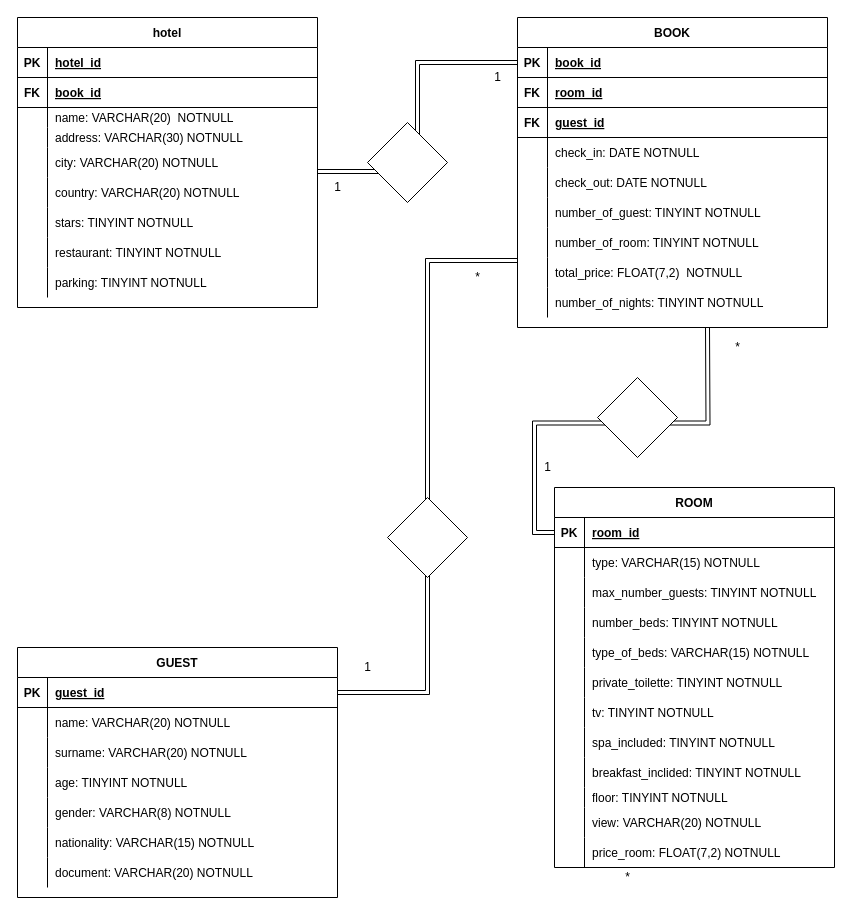
davide-amabile/db-first keeps this draw.io diagram as hotel.drawio. Above is the earlier version. Source tidied: cells renumbered, new cells numbered last; positions are measured from the earlier drawing's top-left corner, leaving out a move shared by most shapes. Both pictures are drawn from the tidied source at 100%, with x=0, y=0 at pixel (17, 17).
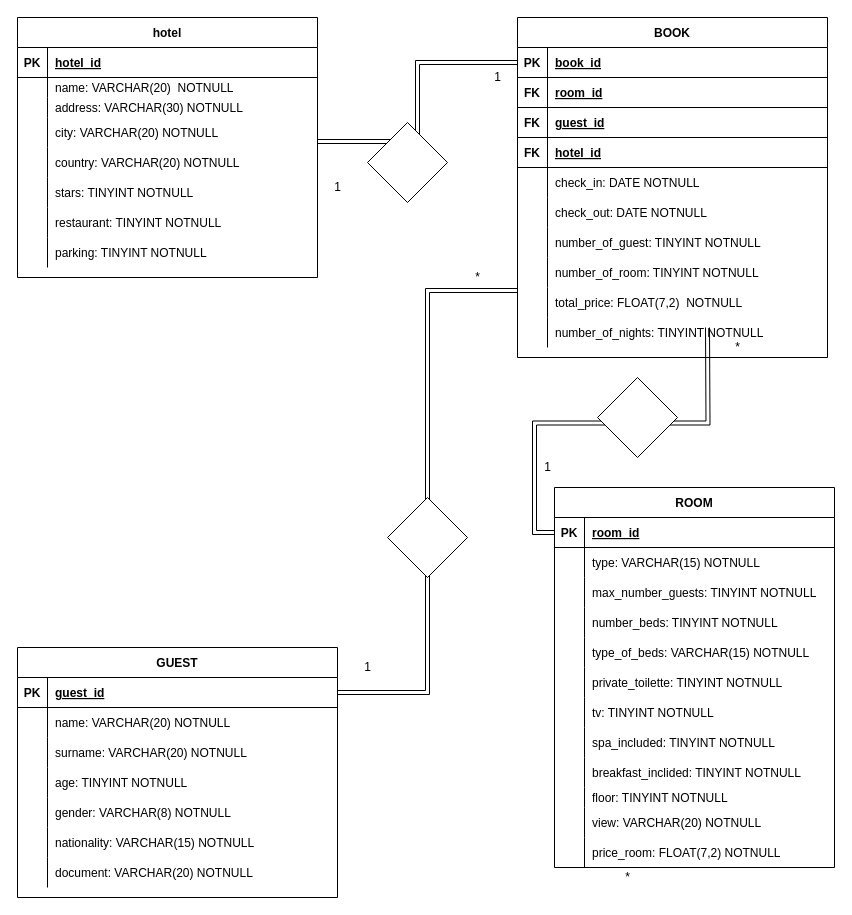
The same diagram, later.

Commit message (it also covers changes not shown here):
pdf in una pagina

What changed in the source:
```diff
@@
     <mxCell id="2" value="hotel" style="shape=table;startSize=30;childLayout=tableLayout;rowLines=0;fontStyle=1;align=center;" parent="1" vertex="1">
-      <mxGeometry width="300" height="290" as="geometry" />
+      <mxGeometry width="300" height="260" as="geometry" />
     </mxCell>
@@
-    <mxCell id="6" style="shape=partialRectangle;fillColor=none;top=0;left=0;bottom=1;right=0;" parent="2" vertex="1">
-      <mxGeometry y="60" width="300" height="30" as="geometry" />
-    </mxCell>
-    <mxCell id="7" value="FK" style="shape=partialRectangle;fillColor=none;top=0;left=0;bottom=0;right=0;fontStyle=1;overflow=hidden;" parent="6" vertex="1">
-      <mxGeometry width="30" height="30" as="geometry" />
-    </mxCell>
-    <mxCell id="8" value="book_id" style="shape=partialRectangle;fillColor=none;top=0;left=0;bottom=0;right=0;align=left;spacingLeft=6;fontStyle=5;overflow=hidden;" parent="6" vertex="1">
-      <mxGeometry x="30" width="270" height="30" as="geometry" />
-    </mxCell>
     <mxCell id="9" style="shape=partialRectangle;fillColor=none;top=0;left=0;bottom=0;right=0;" parent="2" vertex="1">
-      <mxGeometry y="90" width="300" height="20" as="geometry" />
+      <mxGeometry y="60" width="300" height="20" as="geometry" />
     </mxCell>
@@
     <mxCell id="12" style="shape=partialRectangle;fillColor=none;top=0;left=0;bottom=0;right=0;" parent="2" vertex="1">
-      <mxGeometry y="110" width="300" height="20" as="geometry" />
+      <mxGeometry y="80" width="300" height="20" as="geometry" />
     </mxCell>
@@
     <mxCell id="15" style="shape=partialRectangle;fillColor=none;top=0;left=0;bottom=0;right=0;points=[[0,0.5],[1,0.5]];portConstraint=eastwest;" parent="2" vertex="1">
-      <mxGeometry y="130" width="300" height="30" as="geometry" />
+      <mxGeometry y="100" width="300" height="30" as="geometry" />
     </mxCell>
@@
     <mxCell id="18" style="shape=partialRectangle;fillColor=none;top=0;left=0;bottom=0;right=0;" parent="2" vertex="1">
-      <mxGeometry y="160" width="300" height="30" as="geometry" />
+      <mxGeometry y="130" width="300" height="30" as="geometry" />
     </mxCell>
@@
     <mxCell id="21" style="shape=partialRectangle;fillColor=none;top=0;left=0;bottom=0;right=0;" parent="2" vertex="1">
-      <mxGeometry y="190" width="300" height="30" as="geometry" />
+      <mxGeometry y="160" width="300" height="30" as="geometry" />
     </mxCell>
@@
     <mxCell id="24" style="shape=partialRectangle;fillColor=none;top=0;left=0;bottom=0;right=0;" parent="2" vertex="1">
-      <mxGeometry y="220" width="300" height="30" as="geometry" />
+      <mxGeometry y="190" width="300" height="30" as="geometry" />
     </mxCell>
@@
     <mxCell id="27" style="shape=partialRectangle;fillColor=none;top=0;left=0;bottom=0;right=0;" parent="2" vertex="1">
-      <mxGeometry y="250" width="300" height="30" as="geometry" />
+      <mxGeometry y="220" width="300" height="30" as="geometry" />
     </mxCell>
@@
     <mxCell id="30" value="BOOK" style="shape=table;startSize=30;childLayout=tableLayout;rowLines=0;fontStyle=1;align=center;" parent="1" vertex="1">
-      <mxGeometry x="500" width="310" height="310" as="geometry" />
+      <mxGeometry x="500" width="310" height="340" as="geometry" />
     </mxCell>
@@
+    <mxCell id="130" style="shape=partialRectangle;fillColor=none;top=0;left=0;bottom=1;right=0;" parent="30" vertex="1">
+      <mxGeometry y="120" width="310" height="30" as="geometry" />
+    </mxCell>
+    <mxCell id="7" value="FK" style="shape=partialRectangle;fillColor=none;top=0;left=0;bottom=0;right=0;fontStyle=1;overflow=hidden;" parent="130" vertex="1">
+      <mxGeometry width="30" height="30" as="geometry" />
+    </mxCell>
+    <mxCell id="131" value="hotel_id" style="shape=partialRectangle;fillColor=none;top=0;left=0;bottom=0;right=0;align=left;spacingLeft=6;fontStyle=5;overflow=hidden;" parent="130" vertex="1">
+      <mxGeometry x="30" width="280" height="30" as="geometry" />
+    </mxCell>
     <mxCell id="40" style="shape=partialRectangle;fillColor=none;top=0;left=0;bottom=0;right=0;" parent="30" vertex="1">
-      <mxGeometry y="120" width="310" height="30" as="geometry" />
+      <mxGeometry y="150" width="310" height="30" as="geometry" />
     </mxCell>
@@
     <mxCell id="43" style="shape=partialRectangle;fillColor=none;top=0;left=0;bottom=0;right=0;" parent="30" vertex="1">
-      <mxGeometry y="150" width="310" height="30" as="geometry" />
+      <mxGeometry y="180" width="310" height="30" as="geometry" />
     </mxCell>
@@
     <mxCell id="46" style="shape=partialRectangle;fillColor=none;top=0;left=0;bottom=0;right=0;" parent="30" vertex="1">
-      <mxGeometry y="180" width="310" height="30" as="geometry" />
+      <mxGeometry y="210" width="310" height="30" as="geometry" />
     </mxCell>
@@
     <mxCell id="49" style="shape=partialRectangle;fillColor=none;top=0;left=0;bottom=0;right=0;" parent="30" vertex="1">
-      <mxGeometry y="210" width="310" height="30" as="geometry" />
+      <mxGeometry y="240" width="310" height="30" as="geometry" />
     </mxCell>
@@
     <mxCell id="52" style="shape=partialRectangle;fillColor=none;top=0;left=0;bottom=0;right=0;points=[[0,0.5],[1,0.5]];portConstraint=eastwest;" parent="30" vertex="1">
-      <mxGeometry y="240" width="310" height="30" as="geometry" />
+      <mxGeometry y="270" width="310" height="30" as="geometry" />
     </mxCell>
@@
     <mxCell id="55" style="shape=partialRectangle;fillColor=none;top=0;left=0;bottom=0;right=0;" parent="30" vertex="1">
-      <mxGeometry y="270" width="310" height="30" as="geometry" />
+      <mxGeometry y="300" width="310" height="30" as="geometry" />
     </mxCell>
```
